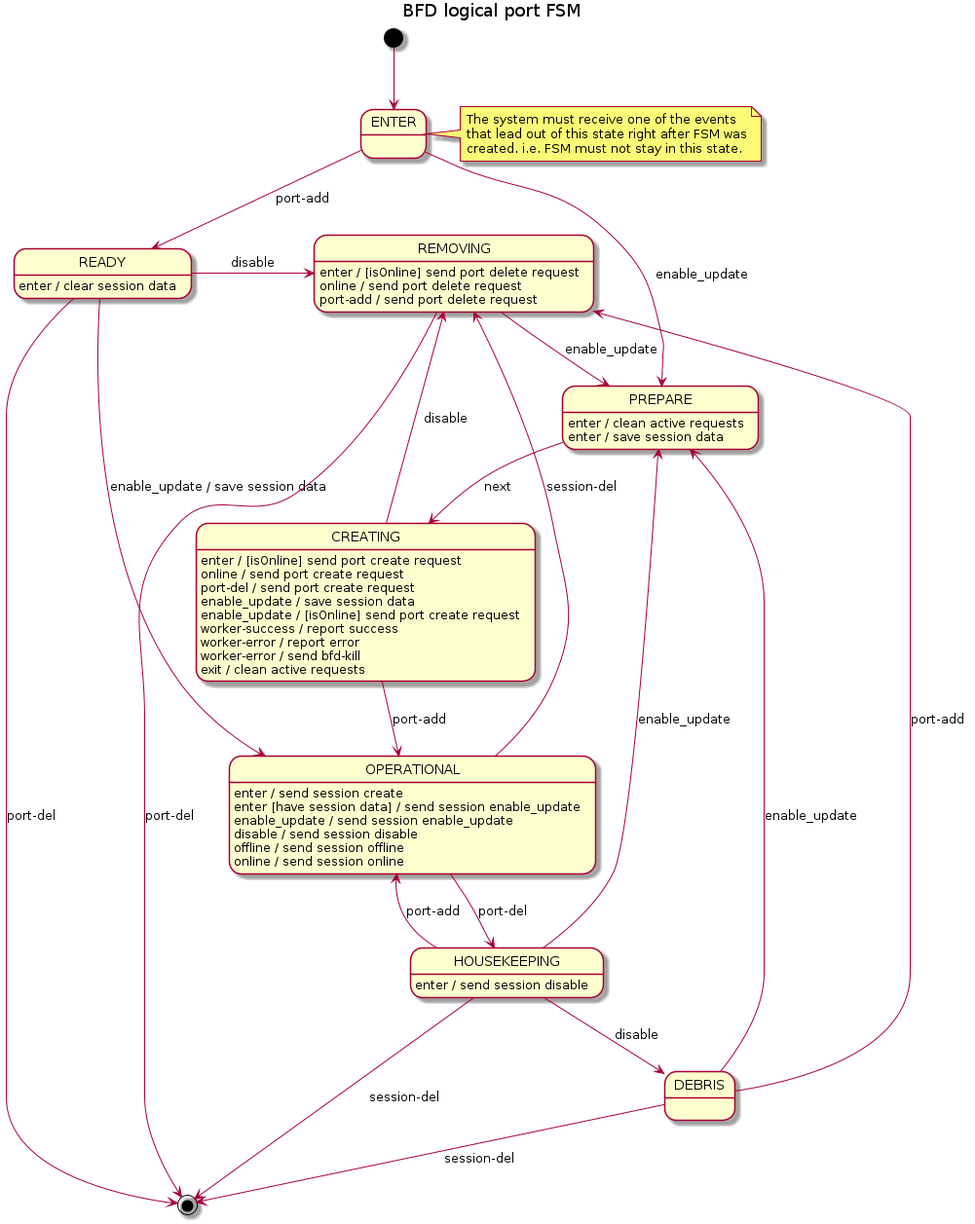
surabujin/open-kilda keeps this PlantUML diagram as docs/design/network-discovery/bfd-logical-port-FSM.png. Above is the earlier version.
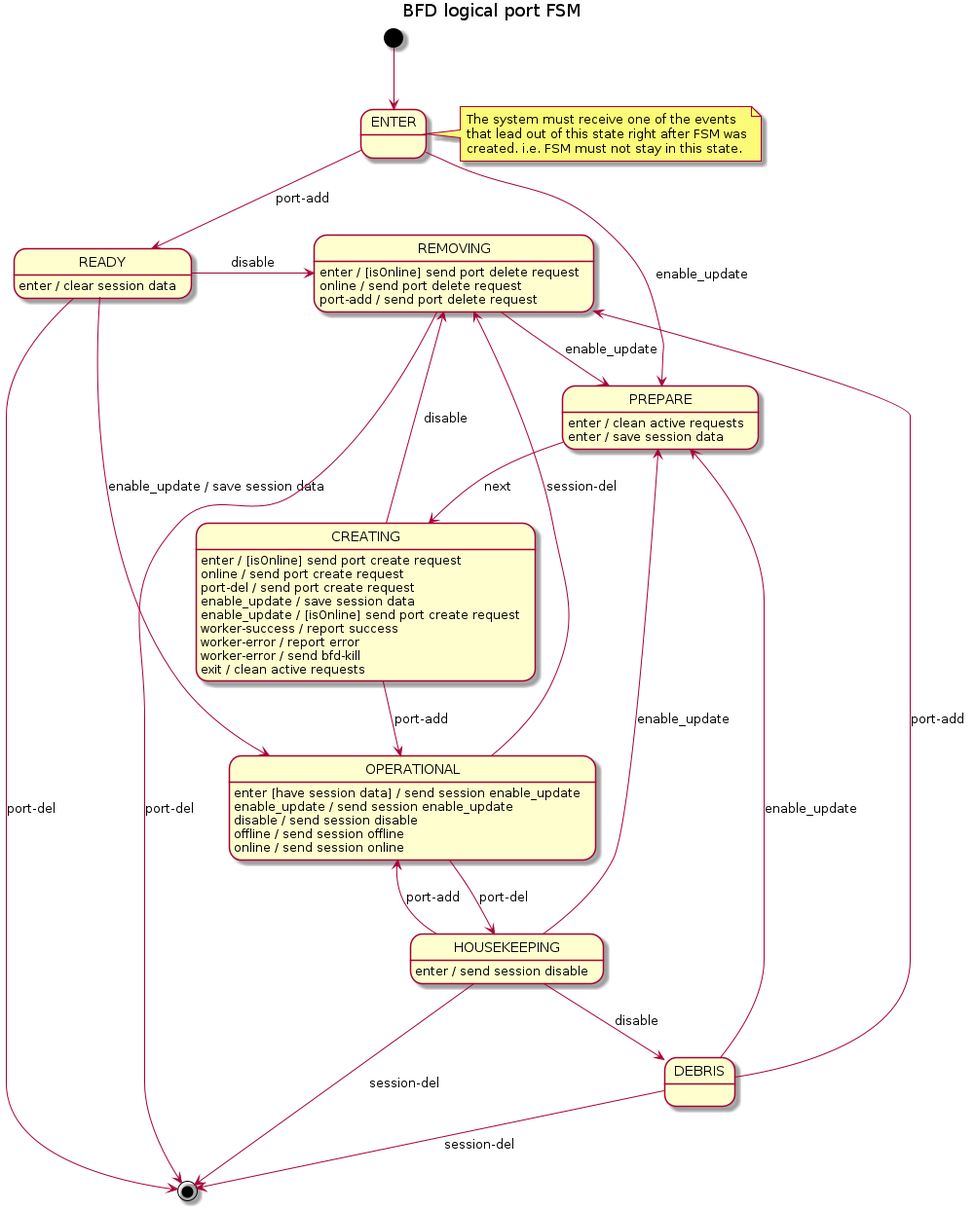
Above is the later version.

Change to the diagram source:
```diff
@@ -34,7 +34,6 @@
 
 OPERATIONAL --> REMOVING : session-del
 OPERATIONAL --> HOUSEKEEPING : port-del
-OPERATIONAL: enter / send session create
 OPERATIONAL: enter [have session data] / send session enable_update
 OPERATIONAL: enable_update / send session enable_update
 OPERATIONAL: disable / send session disable
```
